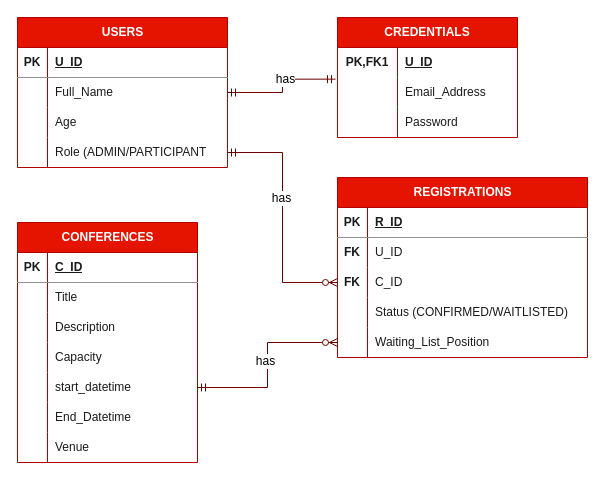
Before: ER_Conference_Management_System.drawio in Varshiha/Conference_Management_System, a draw.io diagram. Source tidied: cells renumbered, new cells numbered last; positions are measured from the earlier drawing's top-left corner, leaving out a move shared by most shapes. Both pictures are drawn from the tidied source at 100%, with x=0, y=0 at pixel (17, 17).
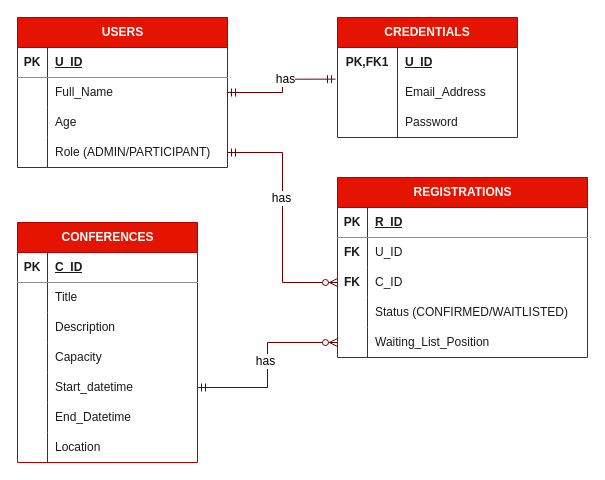
After the change.

The change refers to these unchanged cells:
```xml
<mxCell id="12" style="shape=tableRow;horizontal=0;startSize=0;swimlaneHead=0;swimlaneBody=0;fillColor=none;points=[[0,0.5],[1,0.5]];portConstraint=eastwest;top=0;left=0;right=0;bottom=0;labelBackgroundColor=none;strokeColor=#909090;fontColor=#1A1A1A;" parent="2" vertex="1">
  <mxGeometry y="120" width="210" height="30" as="geometry" />
</mxCell>
<mxCell id="54" style="shape=tableRow;horizontal=0;startSize=0;swimlaneHead=0;swimlaneBody=0;fillColor=none;points=[[0,0.5],[1,0.5]];portConstraint=eastwest;top=0;left=0;right=0;bottom=0;labelBackgroundColor=none;strokeColor=#909090;fontColor=#1A1A1A;" parent="41" vertex="1">
  <mxGeometry y="150" width="180" height="30" as="geometry" />
</mxCell>
<mxCell id="60" style="shape=tableRow;horizontal=0;startSize=0;swimlaneHead=0;swimlaneBody=0;fillColor=none;top=0;left=0;right=0;bottom=0;labelBackgroundColor=none;strokeColor=#909090;fontColor=#1A1A1A;" parent="41" vertex="1">
  <mxGeometry y="210" width="180" height="30" as="geometry" />
</mxCell>
```

Diff of the diagram source:
```diff
@@
-    <mxCell id="14" value="Role (ADMIN/PARTICIPANT" style="shape=partialRectangle;fillColor=none;top=0;left=0;bottom=0;right=0;align=left;spacingLeft=6;overflow=hidden;whiteSpace=wrap;html=1;labelBackgroundColor=none;strokeColor=#909090;fontColor=#1A1A1A;" parent="12" vertex="1">
+    <mxCell id="14" value="Role (ADMIN/PARTICIPANT)" style="shape=partialRectangle;fillColor=none;top=0;left=0;bottom=0;right=0;align=left;spacingLeft=6;overflow=hidden;whiteSpace=wrap;html=1;labelBackgroundColor=none;strokeColor=#909090;fontColor=#1A1A1A;" parent="12" vertex="1">
       <mxGeometry x="30" width="180" height="30" as="geometry" />
     </mxCell>
@@
-    <mxCell id="56" value="start_datetime" style="shape=partialRectangle;fillColor=none;top=0;left=0;bottom=0;right=0;align=left;spacingLeft=6;overflow=hidden;whiteSpace=wrap;html=1;labelBackgroundColor=none;strokeColor=#909090;fontColor=#1A1A1A;" parent="54" vertex="1">
+    <mxCell id="56" value="Start_datetime" style="shape=partialRectangle;fillColor=none;top=0;left=0;bottom=0;right=0;align=left;spacingLeft=6;overflow=hidden;whiteSpace=wrap;html=1;labelBackgroundColor=none;strokeColor=#909090;fontColor=#1A1A1A;" parent="54" vertex="1">
       <mxGeometry x="30" width="150" height="30" as="geometry" />
     </mxCell>
@@
-    <mxCell id="62" value="Venue" style="shape=partialRectangle;fillColor=none;top=0;left=0;bottom=0;right=0;align=left;spacingLeft=6;overflow=hidden;whiteSpace=wrap;html=1;labelBackgroundColor=none;strokeColor=#909090;fontColor=#1A1A1A;" parent="60" vertex="1">
+    <mxCell id="62" value="Location" style="shape=partialRectangle;fillColor=none;top=0;left=0;bottom=0;right=0;align=left;spacingLeft=6;overflow=hidden;whiteSpace=wrap;html=1;labelBackgroundColor=none;strokeColor=#909090;fontColor=#1A1A1A;" parent="60" vertex="1">
       <mxGeometry x="30" width="150" height="30" as="geometry" />
     </mxCell>
```
